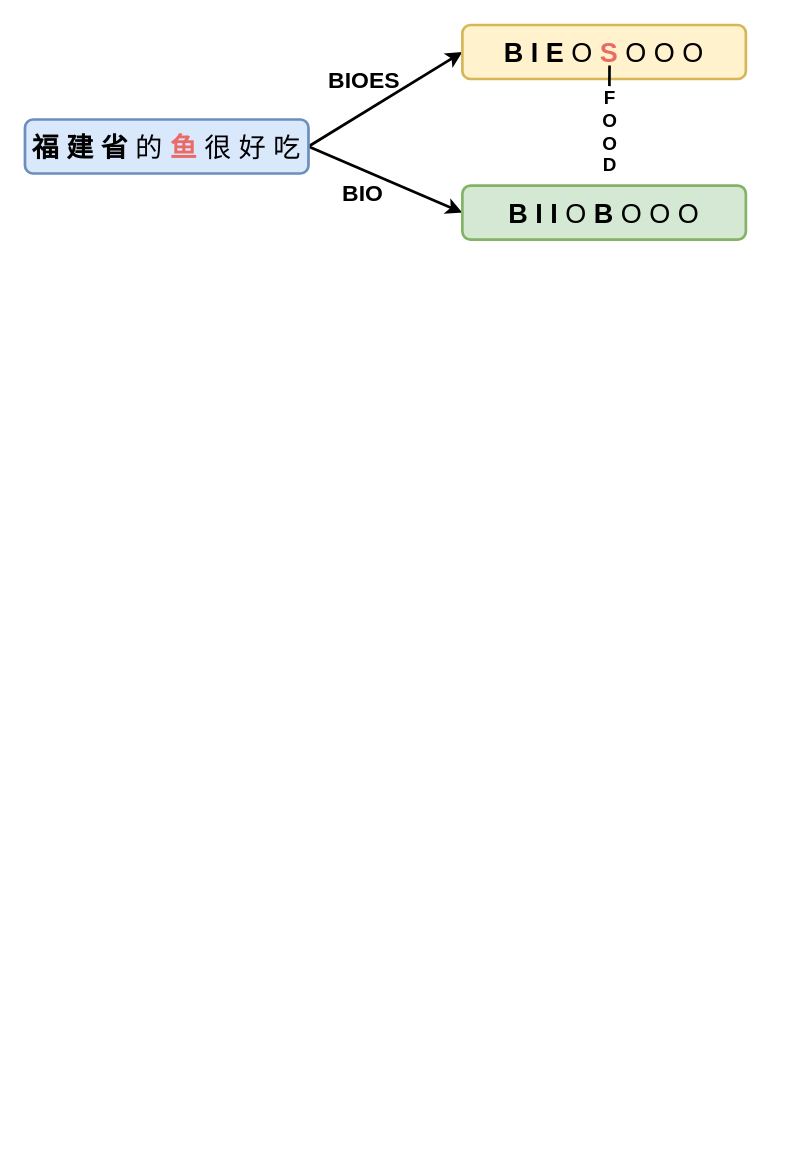
leobgz/Draw keeps this draw.io diagram as 毕业0215.drawio. Above is the earlier version. Source tidied: cells renumbered, new cells numbered last; positions are measured from the earlier drawing's top-left corner, leaving out a move shared by most shapes. Both pictures are drawn from the tidied source at 135%, with x=0, y=0 at pixel (24, 24).
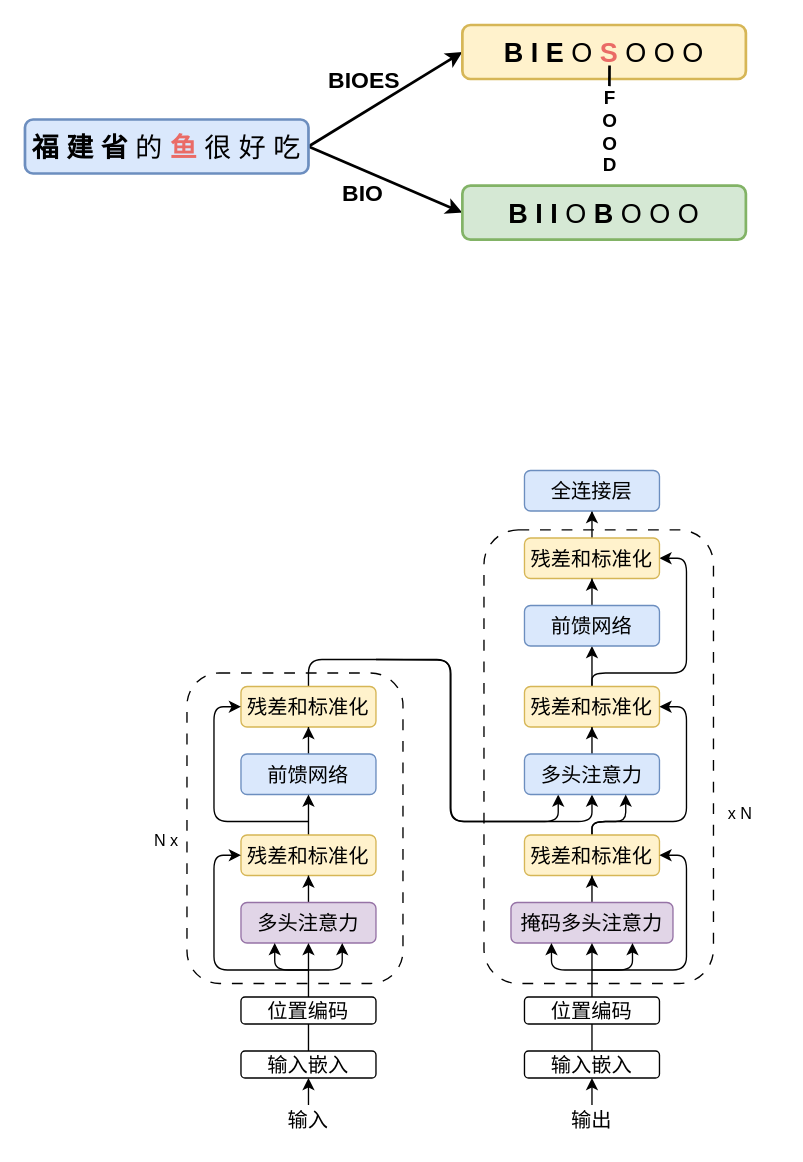
The same diagram, later.

Diff of the diagram source:
```diff
@@
+    <mxCell id="11" style="rounded=1;whiteSpace=wrap;html=1;dashed=1;dashPattern=8 8;" parent="1" vertex="1">
+      <mxGeometry x="340" y="374" width="170" height="336" as="geometry" />
+    </mxCell>
+    <mxCell id="12" style="rounded=1;whiteSpace=wrap;html=1;dashed=1;dashPattern=8 8;" parent="1" vertex="1">
+      <mxGeometry x="120" y="480" width="160" height="230" as="geometry" />
+    </mxCell>
@@
+    <mxCell id="13" style="edgeStyle=orthogonalEdgeStyle;rounded=1;jettySize=auto;html=1;entryX=0.25;entryY=1;entryDx=0;entryDy=0;exitX=0.5;exitY=0;exitDx=0;exitDy=0;curved=0;" parent="1" edge="1" source="15" target="35">
+      <mxGeometry relative="1" as="geometry" />
+    </mxCell>
+    <mxCell id="14" style="edgeStyle=orthogonalEdgeStyle;rounded=1;jettySize=auto;html=1;entryX=0.5;entryY=1;entryDx=0;entryDy=0;curved=0;" parent="1" edge="1" target="35">
+      <mxGeometry relative="1" as="geometry">
+        <mxPoint x="260" y="470" as="sourcePoint" />
+      </mxGeometry>
+    </mxCell>
+    <mxCell id="15" value="残差和标准化" style="rounded=1;whiteSpace=wrap;html=1;fillColor=#fff2cc;strokeColor=#d6b656;fontSize=15;" parent="1" vertex="1">
+      <mxGeometry x="160" y="490" width="100" height="30" as="geometry" />
+    </mxCell>
+    <mxCell id="16" style="edgeStyle=orthogonalEdgeStyle;rounded=0;jettySize=auto;html=1;entryX=0.5;entryY=1;entryDx=0;entryDy=0;endArrow=classic;endFill=1;endSize=6;fontSize=15;" parent="1" edge="1" source="17" target="15">
+      <mxGeometry relative="1" as="geometry" />
+    </mxCell>
+    <mxCell id="17" value="前馈网络" style="rounded=1;whiteSpace=wrap;html=1;fillColor=#dae8fc;strokeColor=#6c8ebf;fontSize=15;" parent="1" vertex="1">
+      <mxGeometry x="160" y="540" width="100" height="30" as="geometry" />
+    </mxCell>
+    <mxCell id="18" style="edgeStyle=orthogonalEdgeStyle;rounded=0;jettySize=auto;html=1;entryX=0.5;entryY=1;entryDx=0;entryDy=0;" parent="1" edge="1" source="20" target="17">
+      <mxGeometry relative="1" as="geometry" />
+    </mxCell>
+    <mxCell id="19" style="edgeStyle=orthogonalEdgeStyle;rounded=1;jettySize=auto;html=1;entryX=0;entryY=0.5;entryDx=0;entryDy=0;curved=0;" parent="1" edge="1" target="15">
+      <mxGeometry relative="1" as="geometry">
+        <mxPoint x="210" y="590" as="sourcePoint" />
+        <Array as="points">
+          <mxPoint x="210" y="590" />
+          <mxPoint x="140" y="590" />
+          <mxPoint x="140" y="505" />
+        </Array>
+      </mxGeometry>
+    </mxCell>
+    <mxCell id="20" value="残差和标准化" style="rounded=1;whiteSpace=wrap;html=1;fillColor=#fff2cc;strokeColor=#d6b656;fontSize=15;" parent="1" vertex="1">
+      <mxGeometry x="160" y="600" width="100" height="30" as="geometry" />
+    </mxCell>
+    <mxCell id="21" style="edgeStyle=orthogonalEdgeStyle;rounded=0;jettySize=auto;html=1;entryX=0.5;entryY=1;entryDx=0;entryDy=0;endArrow=classic;endFill=1;endSize=6;fontSize=15;curved=0;" parent="1" edge="1" source="22" target="20">
+      <mxGeometry relative="1" as="geometry" />
+    </mxCell>
+    <mxCell id="22" value="多头注意力" style="rounded=1;whiteSpace=wrap;html=1;fillColor=#e1d5e7;strokeColor=#9673a6;fontSize=15;" parent="1" vertex="1">
+      <mxGeometry x="160" y="650" width="100" height="30" as="geometry" />
+    </mxCell>
+    <mxCell id="23" style="edgeStyle=orthogonalEdgeStyle;rounded=1;jettySize=auto;html=1;entryX=0.5;entryY=1;entryDx=0;entryDy=0;curved=0;" parent="1" edge="1" source="26" target="22">
+      <mxGeometry relative="1" as="geometry" />
+    </mxCell>
+    <mxCell id="24" style="edgeStyle=orthogonalEdgeStyle;rounded=1;jettySize=auto;html=1;entryX=0.25;entryY=1;entryDx=0;entryDy=0;curved=0;" parent="1" edge="1" target="22">
+      <mxGeometry relative="1" as="geometry">
+        <mxPoint x="210" y="700" as="sourcePoint" />
+        <Array as="points">
+          <mxPoint x="210" y="700" />
+          <mxPoint x="185" y="700" />
+        </Array>
+      </mxGeometry>
+    </mxCell>
+    <mxCell id="25" style="edgeStyle=orthogonalEdgeStyle;rounded=1;jettySize=auto;html=1;entryX=0.75;entryY=1;entryDx=0;entryDy=0;curved=0;" parent="1" edge="1" target="22">
+      <mxGeometry relative="1" as="geometry">
+        <mxPoint x="210" y="700" as="sourcePoint" />
+        <Array as="points">
+          <mxPoint x="210" y="700" />
+          <mxPoint x="235" y="700" />
+        </Array>
+      </mxGeometry>
+    </mxCell>
+    <mxCell id="26" value="输入嵌入" style="rounded=1;whiteSpace=wrap;html=1;fontSize=15;" parent="1" vertex="1">
+      <mxGeometry x="160" y="760" width="100" height="20" as="geometry" />
+    </mxCell>
+    <mxCell id="27" value="位置编码" style="rounded=1;whiteSpace=wrap;html=1;fontSize=15;" parent="1" vertex="1">
+      <mxGeometry x="160" y="720" width="100" height="20" as="geometry" />
+    </mxCell>
+    <mxCell id="28" style="edgeStyle=orthogonalEdgeStyle;rounded=1;orthogonalLoop=1;jettySize=auto;html=1;entryX=0;entryY=0.5;entryDx=0;entryDy=0;curved=0;" parent="1" edge="1">
+      <mxGeometry relative="1" as="geometry">
+        <mxPoint x="210" y="700" as="sourcePoint" />
+        <mxPoint x="160" y="615" as="targetPoint" />
+        <Array as="points">
+          <mxPoint x="210" y="700" />
+          <mxPoint x="140" y="700" />
+          <mxPoint x="140" y="615" />
+        </Array>
+      </mxGeometry>
+    </mxCell>
+    <mxCell id="29" style="edgeStyle=orthogonalEdgeStyle;rounded=1;orthogonalLoop=1;jettySize=auto;html=1;entryX=0.5;entryY=1;entryDx=0;entryDy=0;curved=0;fontSize=15;" parent="1" edge="1">
+      <mxGeometry relative="1" as="geometry">
+        <mxPoint x="210" y="800" as="sourcePoint" />
+        <mxPoint x="210" y="780" as="targetPoint" />
+      </mxGeometry>
+    </mxCell>
+    <mxCell id="30" value="输入" style="text;html=1;align=center;verticalAlign=middle;whiteSpace=wrap;rounded=0;fontSize=15;" parent="1" vertex="1">
+      <mxGeometry x="180" y="796" width="60" height="30" as="geometry" />
+    </mxCell>
+    <mxCell id="31" style="edgeStyle=orthogonalEdgeStyle;rounded=0;jettySize=auto;html=1;entryX=0.5;entryY=1;entryDx=0;entryDy=0;" parent="1" edge="1" source="33" target="52">
+      <mxGeometry relative="1" as="geometry" />
+    </mxCell>
+    <mxCell id="32" style="edgeStyle=orthogonalEdgeStyle;rounded=1;jettySize=auto;html=1;entryX=1;entryY=0.5;entryDx=0;entryDy=0;curved=0;" parent="1" edge="1" source="33" target="50">
+      <mxGeometry relative="1" as="geometry">
+        <Array as="points">
+          <mxPoint x="420" y="480" />
+          <mxPoint x="490" y="480" />
+          <mxPoint x="490" y="395" />
+        </Array>
+      </mxGeometry>
+    </mxCell>
+    <mxCell id="33" value="残差和标准化" style="rounded=1;whiteSpace=wrap;html=1;fillColor=#fff2cc;strokeColor=#d6b656;fontSize=15;" parent="1" vertex="1">
+      <mxGeometry x="370" y="490" width="100" height="30" as="geometry" />
+    </mxCell>
+    <mxCell id="34" style="edgeStyle=orthogonalEdgeStyle;rounded=0;jettySize=auto;html=1;entryX=0.5;entryY=1;entryDx=0;entryDy=0;endArrow=classic;endFill=1;endSize=6;fontSize=15;" parent="1" edge="1" source="35" target="33">
+      <mxGeometry relative="1" as="geometry" />
+    </mxCell>
+    <mxCell id="35" value="多头注意力" style="rounded=1;whiteSpace=wrap;html=1;fillColor=#dae8fc;strokeColor=#6c8ebf;fontSize=15;" parent="1" vertex="1">
+      <mxGeometry x="370" y="540" width="100" height="30" as="geometry" />
+    </mxCell>
+    <mxCell id="36" style="edgeStyle=orthogonalEdgeStyle;rounded=1;jettySize=auto;html=1;entryX=0.75;entryY=1;entryDx=0;entryDy=0;curved=0;" parent="1" edge="1" source="38" target="35">
+      <mxGeometry relative="1" as="geometry">
+        <Array as="points">
+          <mxPoint x="420" y="590" />
+          <mxPoint x="445" y="590" />
+        </Array>
+      </mxGeometry>
+    </mxCell>
+    <mxCell id="37" style="edgeStyle=orthogonalEdgeStyle;rounded=1;jettySize=auto;html=1;entryX=1;entryY=0.5;entryDx=0;entryDy=0;curved=0;exitX=0.5;exitY=0;exitDx=0;exitDy=0;" parent="1" edge="1" source="38" target="33">
+      <mxGeometry relative="1" as="geometry">
+        <Array as="points">
+          <mxPoint x="420" y="590" />
+          <mxPoint x="490" y="590" />
+          <mxPoint x="490" y="505" />
+        </Array>
+      </mxGeometry>
+    </mxCell>
+    <mxCell id="38" value="残差和标准化" style="rounded=1;whiteSpace=wrap;html=1;fillColor=#fff2cc;strokeColor=#d6b656;fontSize=15;" parent="1" vertex="1">
+      <mxGeometry x="370" y="600" width="100" height="30" as="geometry" />
+    </mxCell>
+    <mxCell id="39" style="edgeStyle=orthogonalEdgeStyle;rounded=0;jettySize=auto;html=1;entryX=0.5;entryY=1;entryDx=0;entryDy=0;endArrow=classic;endFill=1;endSize=6;fontSize=15;curved=0;" parent="1" edge="1" source="40" target="38">
+      <mxGeometry relative="1" as="geometry" />
+    </mxCell>
+    <mxCell id="40" value="掩码多头注意力" style="rounded=1;whiteSpace=wrap;html=1;fillColor=#e1d5e7;strokeColor=#9673a6;fontSize=15;" parent="1" vertex="1">
+      <mxGeometry x="360" y="650" width="120" height="30" as="geometry" />
+    </mxCell>
+    <mxCell id="41" style="edgeStyle=orthogonalEdgeStyle;rounded=1;jettySize=auto;html=1;entryX=0.5;entryY=1;entryDx=0;entryDy=0;curved=0;" parent="1" edge="1" source="44" target="40">
+      <mxGeometry relative="1" as="geometry" />
+    </mxCell>
+    <mxCell id="42" style="edgeStyle=orthogonalEdgeStyle;rounded=1;jettySize=auto;html=1;entryX=0.25;entryY=1;entryDx=0;entryDy=0;curved=0;" parent="1" edge="1" target="40">
+      <mxGeometry relative="1" as="geometry">
+        <mxPoint x="420" y="700" as="sourcePoint" />
+        <Array as="points">
+          <mxPoint x="390" y="700" />
+        </Array>
+      </mxGeometry>
+    </mxCell>
+    <mxCell id="43" style="edgeStyle=orthogonalEdgeStyle;rounded=1;jettySize=auto;html=1;entryX=0.75;entryY=1;entryDx=0;entryDy=0;curved=0;" parent="1" edge="1" target="40">
+      <mxGeometry relative="1" as="geometry">
+        <mxPoint x="420" y="700" as="sourcePoint" />
+        <Array as="points">
+          <mxPoint x="450" y="700" />
+        </Array>
+      </mxGeometry>
+    </mxCell>
+    <mxCell id="44" value="输入嵌入" style="rounded=1;whiteSpace=wrap;html=1;fontSize=15;" parent="1" vertex="1">
+      <mxGeometry x="370" y="760" width="100" height="20" as="geometry" />
+    </mxCell>
+    <mxCell id="45" value="位置编码" style="rounded=1;whiteSpace=wrap;html=1;fontSize=15;" parent="1" vertex="1">
+      <mxGeometry x="370" y="720" width="100" height="20" as="geometry" />
+    </mxCell>
+    <mxCell id="46" style="edgeStyle=orthogonalEdgeStyle;rounded=1;jettySize=auto;html=1;entryX=1;entryY=0.5;entryDx=0;entryDy=0;curved=0;" parent="1" edge="1" target="38">
+      <mxGeometry relative="1" as="geometry">
+        <mxPoint x="420" y="700" as="sourcePoint" />
+        <Array as="points">
+          <mxPoint x="490" y="700" />
+          <mxPoint x="490" y="615" />
+        </Array>
+      </mxGeometry>
+    </mxCell>
+    <mxCell id="47" style="edgeStyle=orthogonalEdgeStyle;rounded=1;orthogonalLoop=1;jettySize=auto;html=1;entryX=0.5;entryY=1;entryDx=0;entryDy=0;curved=0;fontSize=15;" parent="1" edge="1">
+      <mxGeometry relative="1" as="geometry">
+        <mxPoint x="420" y="800" as="sourcePoint" />
+        <mxPoint x="420" y="780" as="targetPoint" />
+      </mxGeometry>
+    </mxCell>
+    <mxCell id="48" value="输出" style="text;html=1;align=center;verticalAlign=middle;whiteSpace=wrap;rounded=0;fontSize=15;" parent="1" vertex="1">
+      <mxGeometry x="390" y="796" width="60" height="30" as="geometry" />
+    </mxCell>
+    <mxCell id="49" style="edgeStyle=orthogonalEdgeStyle;rounded=0;jettySize=auto;html=1;" parent="1" edge="1" source="50" target="53">
+      <mxGeometry relative="1" as="geometry" />
+    </mxCell>
+    <mxCell id="50" value="残差和标准化" style="rounded=1;whiteSpace=wrap;html=1;fillColor=#fff2cc;strokeColor=#d6b656;fontSize=15;" parent="1" vertex="1">
+      <mxGeometry x="370" y="380" width="100" height="30" as="geometry" />
+    </mxCell>
+    <mxCell id="51" style="edgeStyle=orthogonalEdgeStyle;rounded=0;jettySize=auto;html=1;entryX=0.5;entryY=1;entryDx=0;entryDy=0;endArrow=classic;endFill=1;endSize=6;fontSize=15;" parent="1" edge="1" source="52" target="50">
+      <mxGeometry relative="1" as="geometry" />
+    </mxCell>
+    <mxCell id="52" value="前馈网络" style="rounded=1;whiteSpace=wrap;html=1;fillColor=#dae8fc;strokeColor=#6c8ebf;fontSize=15;" parent="1" vertex="1">
+      <mxGeometry x="370" y="430" width="100" height="30" as="geometry" />
+    </mxCell>
+    <mxCell id="53" value="全连接层" style="rounded=1;whiteSpace=wrap;html=1;fillColor=#dae8fc;strokeColor=#6c8ebf;fontSize=15;" parent="1" vertex="1">
+      <mxGeometry x="370" y="330" width="100" height="30" as="geometry" />
+    </mxCell>
+    <mxCell id="54" value="N x" style="text;html=1;align=center;verticalAlign=middle;whiteSpace=wrap;rounded=0;" parent="1" vertex="1">
+      <mxGeometry x="75" y="590" width="60" height="30" as="geometry" />
+    </mxCell>
+    <mxCell id="55" value="x N" style="text;html=1;align=center;verticalAlign=middle;whiteSpace=wrap;rounded=0;" parent="1" vertex="1">
+      <mxGeometry x="500" y="570" width="60" height="30" as="geometry" />
+    </mxCell>
```
